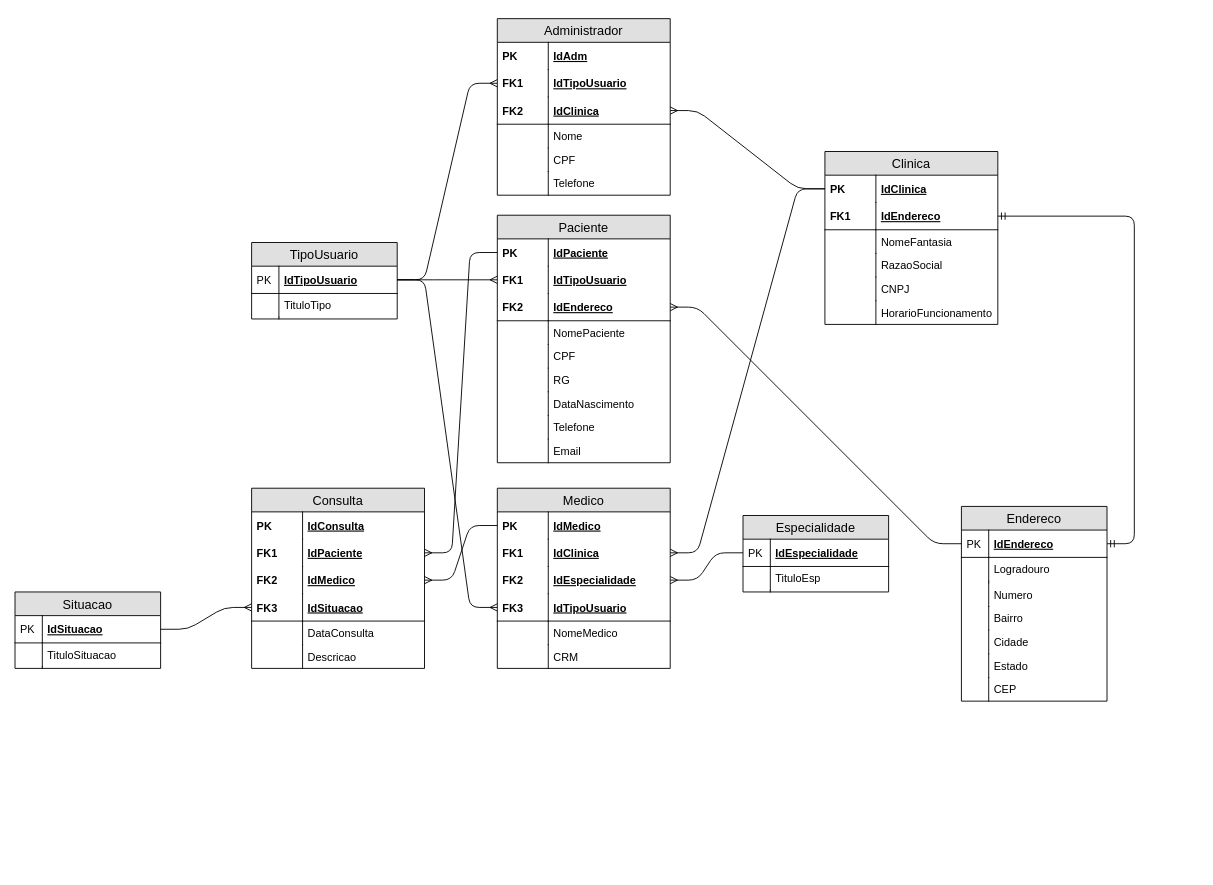
alexandre-ls94/Projeto-SPMedicalGroup keeps this draw.io diagram as page "LOGICO" (2 of 2) of Modelagem/ProjetoSPMedicalGroup.drawio. Above is the earlier version. Source tidied: cells renumbered, new cells numbered last; positions are measured from the earlier drawing's top-left corner, leaving out a move shared by most shapes. Both pictures are drawn from the tidied source at 91%, with x=0, y=0 at pixel (15, 18).
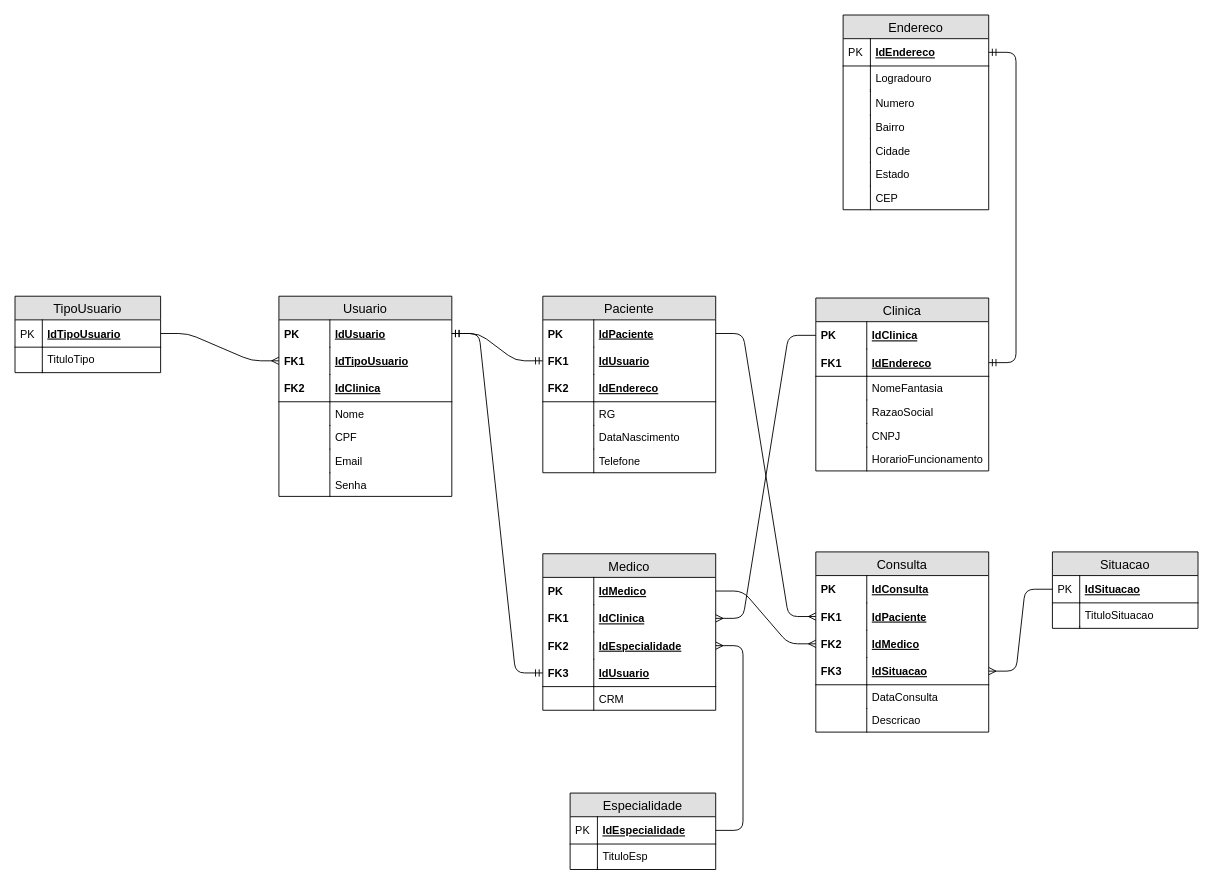
Above is the later version.

The change refers to these unchanged cells:
```xml
<mxCell id="3" value="IdSituacao" style="shape=partialRectangle;top=0;left=0;right=0;bottom=1;align=left;verticalAlign=middle;fillColor=none;spacingLeft=34;spacingRight=4;overflow=hidden;points=[[0,0.5],[1,0.5]];portConstraint=eastwest;fontStyle=5;fontSize=12;" parent="2" vertex="1">
  <mxGeometry y="26" width="160" height="30" as="geometry" />
</mxCell>
<mxCell id="10" value="IdEspecialidade" style="shape=partialRectangle;top=0;left=0;right=0;bottom=1;align=left;verticalAlign=middle;fillColor=none;spacingLeft=34;spacingRight=4;overflow=hidden;points=[[0,0.5],[1,0.5]];portConstraint=eastwest;fontStyle=5;fontSize=12;" parent="9" vertex="1">
  <mxGeometry y="26" width="160" height="30" as="geometry" />
</mxCell>
<mxCell id="17" value="IdTipoUsuario" style="shape=partialRectangle;top=0;left=0;right=0;bottom=1;align=left;verticalAlign=middle;fillColor=none;spacingLeft=34;spacingRight=4;overflow=hidden;points=[[0,0.5],[1,0.5]];portConstraint=eastwest;fontStyle=5;fontSize=12;" parent="16" vertex="1">
  <mxGeometry y="26" width="160" height="30" as="geometry" />
</mxCell>
<mxCell id="24" value="IdEndereco" style="shape=partialRectangle;top=0;left=0;right=0;bottom=1;align=left;verticalAlign=middle;fillColor=none;spacingLeft=34;spacingRight=4;overflow=hidden;points=[[0,0.5],[1,0.5]];portConstraint=eastwest;fontStyle=5;fontSize=12;" parent="23" vertex="1">
  <mxGeometry y="26" width="160" height="30" as="geometry" />
</mxCell>
<mxCell id="41" value="IdClinica" style="shape=partialRectangle;top=0;left=0;right=0;bottom=0;align=left;verticalAlign=middle;fillColor=none;spacingLeft=60;spacingRight=4;overflow=hidden;points=[[0,0.5],[1,0.5]];portConstraint=eastwest;fontStyle=5;fontSize=12;" parent="40" vertex="1">
  <mxGeometry y="26" width="190" height="30" as="geometry" />
</mxCell>
<mxCell id="43" value="IdEndereco" style="shape=partialRectangle;top=0;left=0;right=0;bottom=1;align=left;verticalAlign=middle;fillColor=none;spacingLeft=60;spacingRight=4;overflow=hidden;points=[[0,0.5],[1,0.5]];portConstraint=eastwest;fontStyle=5;fontSize=12;" parent="40" vertex="1">
  <mxGeometry y="56" width="190" height="30" as="geometry" />
</mxCell>
<mxCell id="58" value="IdClinica" style="shape=partialRectangle;top=0;left=0;right=0;bottom=1;align=left;verticalAlign=middle;fillColor=none;spacingLeft=60;spacingRight=4;overflow=hidden;points=[[0,0.5],[1,0.5]];portConstraint=eastwest;fontStyle=5;fontSize=12;" parent="53" vertex="1">
  <mxGeometry y="86" width="190" height="30" as="geometry" />
</mxCell>
<mxCell id="67" value="IdPaciente" style="shape=partialRectangle;top=0;left=0;right=0;bottom=0;align=left;verticalAlign=middle;fillColor=none;spacingLeft=60;spacingRight=4;overflow=hidden;points=[[0,0.5],[1,0.5]];portConstraint=eastwest;fontStyle=5;fontSize=12;" parent="66" vertex="1">
  <mxGeometry y="26" width="190" height="30" as="geometry" />
</mxCell>
<mxCell id="71" value="IdEndereco" style="shape=partialRectangle;top=0;left=0;right=0;bottom=1;align=left;verticalAlign=middle;fillColor=none;spacingLeft=60;spacingRight=4;overflow=hidden;points=[[0,0.5],[1,0.5]];portConstraint=eastwest;fontStyle=5;fontSize=12;" parent="66" vertex="1">
  <mxGeometry y="86" width="190" height="30" as="geometry" />
</mxCell>
<mxCell id="88" value="IdClinica" style="shape=partialRectangle;top=0;left=0;right=0;bottom=0;align=left;verticalAlign=middle;fillColor=none;spacingLeft=60;spacingRight=4;overflow=hidden;points=[[0,0.5],[1,0.5]];portConstraint=eastwest;fontStyle=5;fontSize=12;" parent="85" vertex="1">
  <mxGeometry y="56" width="190" height="30" as="geometry" />
</mxCell>
<mxCell id="90" value="IdEspecialidade" style="shape=partialRectangle;top=0;left=0;right=0;bottom=0;align=left;verticalAlign=middle;fillColor=none;spacingLeft=60;spacingRight=4;overflow=hidden;points=[[0,0.5],[1,0.5]];portConstraint=eastwest;fontStyle=5;fontSize=12;" parent="85" vertex="1">
  <mxGeometry y="86" width="190" height="30" as="geometry" />
</mxCell>
<mxCell id="101" value="IdPaciente" style="shape=partialRectangle;top=0;left=0;right=0;bottom=0;align=left;verticalAlign=middle;fillColor=none;spacingLeft=60;spacingRight=4;overflow=hidden;points=[[0,0.5],[1,0.5]];portConstraint=eastwest;fontStyle=5;fontSize=12;" parent="98" vertex="1">
  <mxGeometry y="56" width="190" height="30" as="geometry" />
</mxCell>
<mxCell id="105" value="IdSituacao" style="shape=partialRectangle;top=0;left=0;right=0;bottom=1;align=left;verticalAlign=middle;fillColor=none;spacingLeft=60;spacingRight=4;overflow=hidden;points=[[0,0.5],[1,0.5]];portConstraint=eastwest;fontStyle=5;fontSize=12;" parent="98" vertex="1">
  <mxGeometry y="116" width="190" height="30" as="geometry" />
</mxCell>
```

Change to the diagram source:
```diff
@@
     <mxCell id="2" value="Situacao" style="swimlane;fontStyle=0;horizontal=1;startSize=26;fillColor=#e0e0e0;swimlaneFillColor=#ffffff;align=center;fontSize=14;" parent="1" vertex="1">
-      <mxGeometry y="630" width="160" height="84" as="geometry" />
+      <mxGeometry x="1140" y="586" width="160" height="84" as="geometry" />
     </mxCell>
@@
     <mxCell id="9" value="Especialidade" style="swimlane;fontStyle=0;horizontal=1;startSize=26;fillColor=#e0e0e0;swimlaneFillColor=#ffffff;align=center;fontSize=14;" parent="1" vertex="1">
-      <mxGeometry x="800" y="546" width="160" height="84" as="geometry" />
+      <mxGeometry x="610" y="851" width="160" height="84" as="geometry" />
     </mxCell>
@@
     <mxCell id="16" value="TipoUsuario" style="swimlane;fontStyle=0;horizontal=1;startSize=26;fillColor=#e0e0e0;swimlaneFillColor=#ffffff;align=center;fontSize=14;" parent="1" vertex="1">
-      <mxGeometry x="260" y="246" width="160" height="84" as="geometry" />
+      <mxGeometry y="305" width="160" height="84" as="geometry" />
     </mxCell>
@@
     <mxCell id="23" value="Endereco" style="swimlane;fontStyle=0;horizontal=1;startSize=26;fillColor=#e0e0e0;swimlaneFillColor=#ffffff;align=center;fontSize=14;" parent="1" vertex="1">
-      <mxGeometry x="1040" y="536" width="160" height="214" as="geometry" />
+      <mxGeometry x="910" y="-4" width="160" height="214" as="geometry" />
     </mxCell>
@@
     <mxCell id="40" value="Clinica" style="swimlane;fontStyle=0;horizontal=1;startSize=26;fillColor=#e0e0e0;swimlaneFillColor=#ffffff;align=center;fontSize=14;" parent="1" vertex="1">
-      <mxGeometry x="890" y="146" width="190" height="190" as="geometry" />
+      <mxGeometry x="880" y="307" width="190" height="190" as="geometry" />
     </mxCell>
@@
-    <mxCell id="53" value="Administrador" style="swimlane;fontStyle=0;horizontal=1;startSize=26;fillColor=#e0e0e0;swimlaneFillColor=#ffffff;align=center;fontSize=14;" parent="1" vertex="1">
-      <mxGeometry x="530" width="190" height="194" as="geometry" />
+    <mxCell id="53" value="Usuario" style="swimlane;fontStyle=0;horizontal=1;startSize=26;fillColor=#e0e0e0;swimlaneFillColor=#ffffff;align=center;fontSize=14;" parent="1" vertex="1">
+      <mxGeometry x="290" y="305" width="190" height="220" as="geometry" />
     </mxCell>
-    <mxCell id="54" value="IdAdm" style="shape=partialRectangle;top=0;left=0;right=0;bottom=0;align=left;verticalAlign=middle;fillColor=none;spacingLeft=60;spacingRight=4;overflow=hidden;points=[[0,0.5],[1,0.5]];portConstraint=eastwest;fontStyle=5;fontSize=12;" parent="53" vertex="1">
+    <mxCell id="54" value="IdUsuario" style="shape=partialRectangle;top=0;left=0;right=0;bottom=0;align=left;verticalAlign=middle;fillColor=none;spacingLeft=60;spacingRight=4;overflow=hidden;points=[[0,0.5],[1,0.5]];portConstraint=eastwest;fontStyle=5;fontSize=12;" parent="53" vertex="1">
       <mxGeometry y="26" width="190" height="30" as="geometry" />
     </mxCell>
@@
-    <mxCell id="64" value="Telefone" style="shape=partialRectangle;top=0;left=0;right=0;bottom=0;align=left;verticalAlign=top;fillColor=none;spacingLeft=60;spacingRight=4;overflow=hidden;fontSize=12;" parent="53" vertex="1">
+    <mxCell id="64" value="Email" style="shape=partialRectangle;top=0;left=0;right=0;bottom=0;align=left;verticalAlign=top;fillColor=none;spacingLeft=60;spacingRight=4;overflow=hidden;fontSize=12;" parent="53" vertex="1">
       <mxGeometry y="168" width="190" height="26" as="geometry" />
     </mxCell>
@@
+    <mxCell id="122" value="Senha" style="shape=partialRectangle;top=0;left=0;right=0;bottom=0;align=left;verticalAlign=top;fillColor=none;spacingLeft=60;spacingRight=4;overflow=hidden;fontSize=12;" parent="53" vertex="1">
+      <mxGeometry y="194" width="190" height="26" as="geometry" />
+    </mxCell>
+    <mxCell id="123" style="shape=partialRectangle;top=0;left=0;bottom=0;fillColor=none;align=left;verticalAlign=top;spacingLeft=4;spacingRight=4;overflow=hidden;fontSize=12;" parent="122" vertex="1">
+      <mxGeometry width="56" height="26" as="geometry" />
+    </mxCell>
     <mxCell id="66" value="Paciente" style="swimlane;fontStyle=0;horizontal=1;startSize=26;fillColor=#e0e0e0;swimlaneFillColor=#ffffff;align=center;fontSize=14;" parent="1" vertex="1">
-      <mxGeometry x="530" y="216" width="190" height="272" as="geometry" />
+      <mxGeometry x="580" y="305" width="190" height="194" as="geometry" />
     </mxCell>
@@
-    <mxCell id="69" value="IdTipoUsuario" style="shape=partialRectangle;top=0;left=0;right=0;bottom=0;align=left;verticalAlign=middle;fillColor=none;spacingLeft=60;spacingRight=4;overflow=hidden;points=[[0,0.5],[1,0.5]];portConstraint=eastwest;fontStyle=5;fontSize=12;" parent="66" vertex="1">
+    <mxCell id="69" value="IdUsuario" style="shape=partialRectangle;top=0;left=0;right=0;bottom=0;align=left;verticalAlign=middle;fillColor=none;spacingLeft=60;spacingRight=4;overflow=hidden;points=[[0,0.5],[1,0.5]];portConstraint=eastwest;fontStyle=5;fontSize=12;" parent="66" vertex="1">
       <mxGeometry y="56" width="190" height="30" as="geometry" />
     </mxCell>
@@
-    <mxCell id="73" value="NomePaciente" style="shape=partialRectangle;top=0;left=0;right=0;bottom=0;align=left;verticalAlign=top;fillColor=none;spacingLeft=60;spacingRight=4;overflow=hidden;fontSize=12;" parent="66" vertex="1">
-      <mxGeometry y="116" width="190" height="26" as="geometry" />
-    </mxCell>
-    <mxCell id="74" style="shape=partialRectangle;top=0;left=0;bottom=0;fillColor=none;align=left;verticalAlign=top;spacingLeft=4;spacingRight=4;overflow=hidden;fontSize=12;" parent="73" vertex="1">
-      <mxGeometry width="56" height="26" as="geometry" />
-    </mxCell>
-    <mxCell id="75" value="CPF" style="shape=partialRectangle;top=0;left=0;right=0;bottom=0;align=left;verticalAlign=top;fillColor=none;spacingLeft=60;spacingRight=4;overflow=hidden;fontSize=12;" parent="66" vertex="1">
-      <mxGeometry y="142" width="190" height="26" as="geometry" />
-    </mxCell>
-    <mxCell id="76" style="shape=partialRectangle;top=0;left=0;bottom=0;fillColor=none;align=left;verticalAlign=top;spacingLeft=4;spacingRight=4;overflow=hidden;fontSize=12;" parent="75" vertex="1">
-      <mxGeometry width="56" height="26" as="geometry" />
-    </mxCell>
     <mxCell id="77" value="RG" style="shape=partialRectangle;top=0;left=0;right=0;bottom=0;align=left;verticalAlign=top;fillColor=none;spacingLeft=60;spacingRight=4;overflow=hidden;fontSize=12;" parent="66" vertex="1">
-      <mxGeometry y="168" width="190" height="26" as="geometry" />
+      <mxGeometry y="116" width="190" height="26" as="geometry" />
     </mxCell>
@@
     <mxCell id="79" value="DataNascimento" style="shape=partialRectangle;top=0;left=0;right=0;bottom=0;align=left;verticalAlign=top;fillColor=none;spacingLeft=60;spacingRight=4;overflow=hidden;fontSize=12;" parent="66" vertex="1">
-      <mxGeometry y="194" width="190" height="26" as="geometry" />
+      <mxGeometry y="142" width="190" height="26" as="geometry" />
     </mxCell>
@@
     <mxCell id="81" value="Telefone" style="shape=partialRectangle;top=0;left=0;right=0;bottom=0;align=left;verticalAlign=top;fillColor=none;spacingLeft=60;spacingRight=4;overflow=hidden;fontSize=12;" parent="66" vertex="1">
-      <mxGeometry y="220" width="190" height="26" as="geometry" />
+      <mxGeometry y="168" width="190" height="26" as="geometry" />
     </mxCell>
@@
-    <mxCell id="83" value="Email" style="shape=partialRectangle;top=0;left=0;right=0;bottom=0;align=left;verticalAlign=top;fillColor=none;spacingLeft=60;spacingRight=4;overflow=hidden;fontSize=12;" parent="66" vertex="1">
-      <mxGeometry y="246" width="190" height="26" as="geometry" />
-    </mxCell>
-    <mxCell id="84" style="shape=partialRectangle;top=0;left=0;bottom=0;fillColor=none;align=left;verticalAlign=top;spacingLeft=4;spacingRight=4;overflow=hidden;fontSize=12;" parent="83" vertex="1">
-      <mxGeometry width="56" height="26" as="geometry" />
-    </mxCell>
     <mxCell id="85" value="Medico" style="swimlane;fontStyle=0;horizontal=1;startSize=26;fillColor=#e0e0e0;swimlaneFillColor=#ffffff;align=center;fontSize=14;" parent="1" vertex="1">
-      <mxGeometry x="530" y="516" width="190" height="198" as="geometry" />
+      <mxGeometry x="580" y="588" width="190" height="172" as="geometry" />
     </mxCell>
@@
-    <mxCell id="92" value="IdTipoUsuario" style="shape=partialRectangle;top=0;left=0;right=0;bottom=1;align=left;verticalAlign=middle;fillColor=none;spacingLeft=60;spacingRight=4;overflow=hidden;points=[[0,0.5],[1,0.5]];portConstraint=eastwest;fontStyle=5;fontSize=12;" parent="85" vertex="1">
+    <mxCell id="92" value="IdUsuario" style="shape=partialRectangle;top=0;left=0;right=0;bottom=1;align=left;verticalAlign=middle;fillColor=none;spacingLeft=60;spacingRight=4;overflow=hidden;points=[[0,0.5],[1,0.5]];portConstraint=eastwest;fontStyle=5;fontSize=12;" parent="85" vertex="1">
       <mxGeometry y="116" width="190" height="30" as="geometry" />
     </mxCell>
@@
-    <mxCell id="94" value="NomeMedico" style="shape=partialRectangle;top=0;left=0;right=0;bottom=0;align=left;verticalAlign=top;fillColor=none;spacingLeft=60;spacingRight=4;overflow=hidden;fontSize=12;" parent="85" vertex="1">
-      <mxGeometry y="146" width="190" height="26" as="geometry" />
-    </mxCell>
-    <mxCell id="95" style="shape=partialRectangle;top=0;left=0;bottom=0;fillColor=none;align=left;verticalAlign=top;spacingLeft=4;spacingRight=4;overflow=hidden;fontSize=12;" parent="94" vertex="1">
-      <mxGeometry width="56" height="26" as="geometry" />
-    </mxCell>
     <mxCell id="96" value="CRM" style="shape=partialRectangle;top=0;left=0;right=0;bottom=0;align=left;verticalAlign=top;fillColor=none;spacingLeft=60;spacingRight=4;overflow=hidden;fontSize=12;" parent="85" vertex="1">
-      <mxGeometry y="172" width="190" height="26" as="geometry" />
+      <mxGeometry y="146" width="190" height="26" as="geometry" />
     </mxCell>
@@
     <mxCell id="98" value="Consulta" style="swimlane;fontStyle=0;horizontal=1;startSize=26;fillColor=#e0e0e0;swimlaneFillColor=#ffffff;align=center;fontSize=14;" parent="1" vertex="1">
-      <mxGeometry x="260" y="516" width="190" height="198" as="geometry" />
+      <mxGeometry x="880" y="586" width="190" height="198" as="geometry" />
     </mxCell>
@@
+    <mxCell id="118" style="edgeStyle=entityRelationEdgeStyle;fontSize=12;html=1;endArrow=ERmany;" parent="1" edge="1" source="41" target="88">
+      <mxGeometry relative="1" as="geometry" />
+    </mxCell>
+    <mxCell id="124" style="edgeStyle=entityRelationEdgeStyle;fontSize=12;html=1;endArrow=ERmandOne;startArrow=ERmandOne;" parent="1" edge="1" source="54" target="69">
+      <mxGeometry relative="1" as="geometry" />
+    </mxCell>
+    <mxCell id="125" style="edgeStyle=entityRelationEdgeStyle;fontSize=12;html=1;endArrow=ERmandOne;startArrow=ERmandOne;" parent="1" edge="1" source="54" target="92">
+      <mxGeometry relative="1" as="geometry" />
+    </mxCell>
+    <mxCell id="115" style="edgeStyle=entityRelationEdgeStyle;fontSize=12;html=1;endArrow=ERmandOne;startArrow=ERmandOne;" parent="1" edge="1" source="43" target="24">
+      <mxGeometry relative="1" as="geometry" />
+    </mxCell>
+    <mxCell id="114" style="edgeStyle=entityRelationEdgeStyle;fontSize=12;html=1;endArrow=ERmany;" parent="1" edge="1" source="10" target="90">
+      <mxGeometry relative="1" as="geometry" />
+    </mxCell>
+    <mxCell id="119" style="edgeStyle=entityRelationEdgeStyle;fontSize=12;html=1;endArrow=ERmany;" parent="1" edge="1" source="3" target="105">
+      <mxGeometry relative="1" as="geometry" />
+    </mxCell>
@@
-    <mxCell id="112" style="edgeStyle=entityRelationEdgeStyle;fontSize=12;html=1;endArrow=ERmany;" parent="1" edge="1" source="17" target="69">
-      <mxGeometry relative="1" as="geometry" />
-    </mxCell>
-    <mxCell id="113" style="edgeStyle=entityRelationEdgeStyle;fontSize=12;html=1;endArrow=ERmany;" parent="1" edge="1" source="17" target="92">
-      <mxGeometry relative="1" as="geometry" />
-    </mxCell>
-    <mxCell id="114" style="edgeStyle=entityRelationEdgeStyle;fontSize=12;html=1;endArrow=ERmany;" parent="1" edge="1" source="10" target="90">
-      <mxGeometry relative="1" as="geometry" />
-    </mxCell>
-    <mxCell id="115" style="edgeStyle=entityRelationEdgeStyle;fontSize=12;html=1;endArrow=ERmandOne;startArrow=ERmandOne;" parent="1" edge="1" source="43" target="24">
-      <mxGeometry relative="1" as="geometry" />
-    </mxCell>
-    <mxCell id="116" style="edgeStyle=entityRelationEdgeStyle;fontSize=12;html=1;endArrow=ERmany;" parent="1" edge="1" source="24" target="71">
-      <mxGeometry relative="1" as="geometry" />
-    </mxCell>
-    <mxCell id="117" style="edgeStyle=entityRelationEdgeStyle;fontSize=12;html=1;endArrow=ERmany;" parent="1" edge="1" source="41" target="58">
-      <mxGeometry relative="1" as="geometry" />
-    </mxCell>
-    <mxCell id="118" style="edgeStyle=entityRelationEdgeStyle;fontSize=12;html=1;endArrow=ERmany;" parent="1" edge="1" source="41" target="88">
-      <mxGeometry relative="1" as="geometry" />
-    </mxCell>
-    <mxCell id="119" style="edgeStyle=entityRelationEdgeStyle;fontSize=12;html=1;endArrow=ERmany;" parent="1" edge="1" source="3" target="105">
-      <mxGeometry relative="1" as="geometry" />
-    </mxCell>
+    <mxCell id="121" style="edgeStyle=entityRelationEdgeStyle;fontSize=12;html=1;endArrow=ERmany;" parent="1" edge="1" source="67" target="101">
+      <mxGeometry relative="1" as="geometry" />
+    </mxCell>
@@
-    <mxCell id="121" style="edgeStyle=entityRelationEdgeStyle;fontSize=12;html=1;endArrow=ERmany;" parent="1" edge="1" source="67" target="101">
-      <mxGeometry relative="1" as="geometry" />
-    </mxCell>
```
